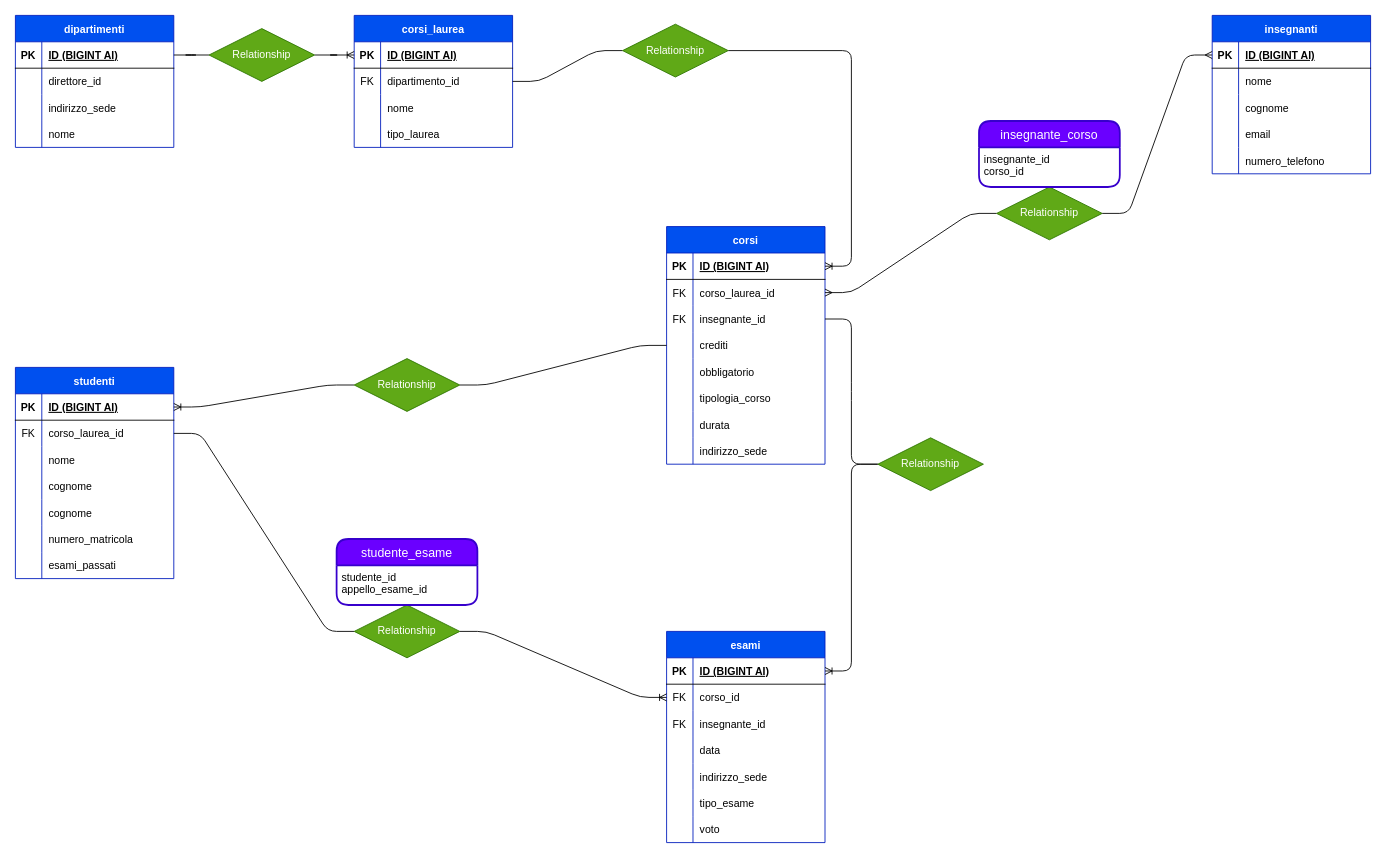
Giulia-Ciampelli/db-university keeps this draw.io diagram as schema.drawio. Above is the earlier version. Source tidied: cells renumbered, new cells numbered last; positions are measured from the earlier drawing's top-left corner, leaving out a move shared by most shapes. Both pictures are drawn from the tidied source at 88%, with x=0, y=0 at pixel (15, 15).
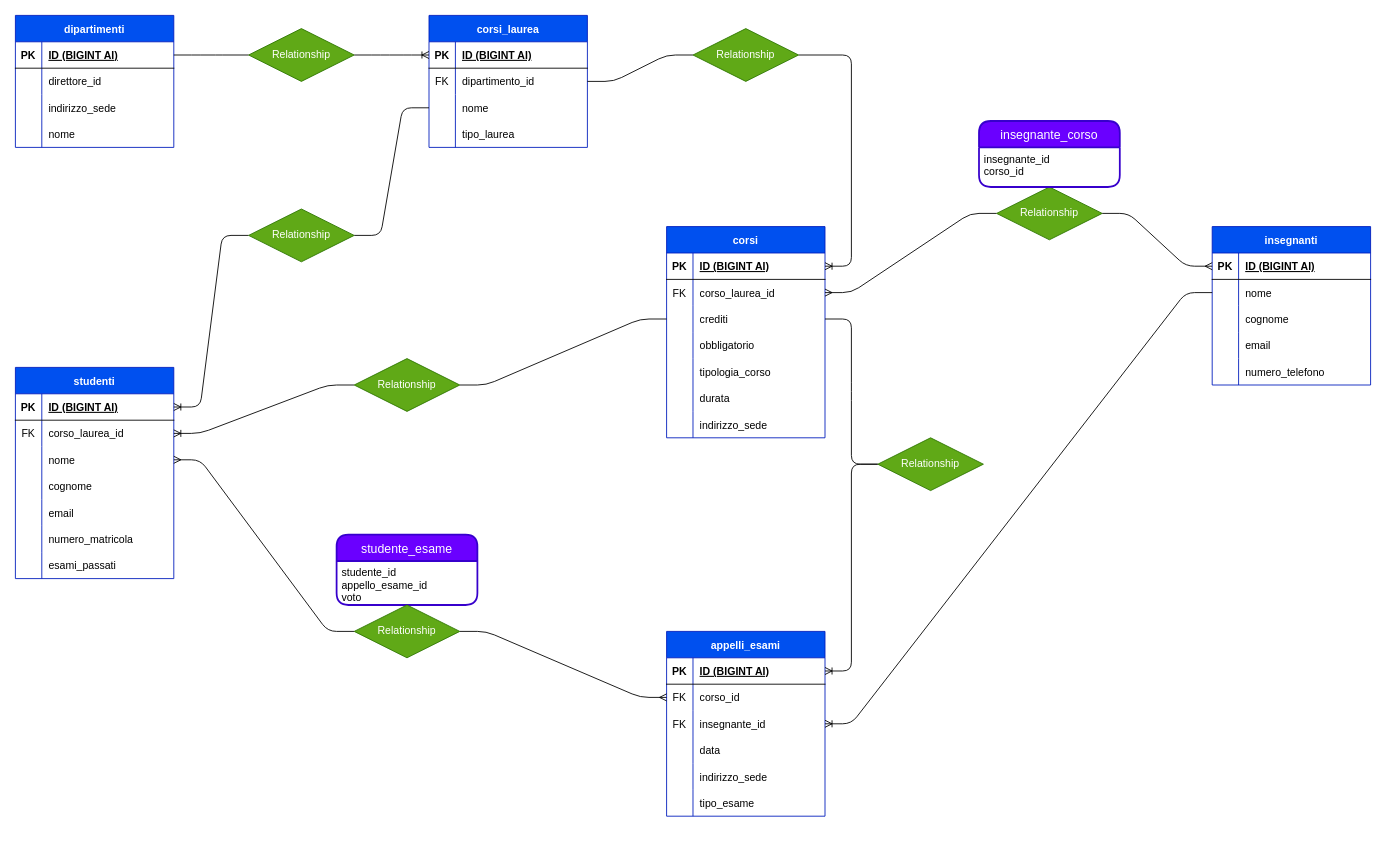
The same diagram, later.

Commit message (it also covers changes not shown here):
add correction diagram

Unchanged cells that the change refers to:
```xml
<mxCell id="22" style="shape=tableRow;horizontal=0;startSize=0;swimlaneHead=0;swimlaneBody=0;fillColor=none;points=[[0,0.5],[1,0.5]];portConstraint=eastwest;top=0;left=0;right=0;bottom=0;" parent="15" vertex="1">
  <mxGeometry y="90" width="180" height="30" as="geometry" />
</mxCell>
<mxCell id="57" style="shape=tableRow;horizontal=0;startSize=0;swimlaneHead=0;swimlaneBody=0;fillColor=none;points=[[0,0.5],[1,0.5]];portConstraint=eastwest;top=0;left=0;right=0;bottom=0;" parent="53" vertex="1">
  <mxGeometry y="60" width="180" height="30" as="geometry" />
</mxCell>
<mxCell id="73" style="shape=tableRow;horizontal=0;startSize=0;swimlaneHead=0;swimlaneBody=0;fillColor=none;points=[[0,0.5],[1,0.5]];portConstraint=eastwest;top=0;left=0;right=0;bottom=0;" parent="69" vertex="1">
  <mxGeometry y="60" width="180" height="30" as="geometry" />
</mxCell>
<mxCell id="76" style="shape=tableRow;horizontal=0;startSize=0;swimlaneHead=0;swimlaneBody=0;fillColor=none;points=[[0,0.5],[1,0.5]];portConstraint=eastwest;top=0;left=0;right=0;bottom=0;" parent="69" vertex="1">
  <mxGeometry y="90" width="180" height="30" as="geometry" />
</mxCell>
<mxCell id="92" style="shape=tableRow;horizontal=0;startSize=0;swimlaneHead=0;swimlaneBody=0;fillColor=none;points=[[0,0.5],[1,0.5]];portConstraint=eastwest;top=0;left=0;right=0;bottom=1;" parent="91" vertex="1">
  <mxGeometry y="30" width="180" height="30" as="geometry" />
</mxCell>
<mxCell id="95" style="shape=tableRow;horizontal=0;startSize=0;swimlaneHead=0;swimlaneBody=0;fillColor=none;points=[[0,0.5],[1,0.5]];portConstraint=eastwest;top=0;left=0;right=0;bottom=0;" parent="91" vertex="1">
  <mxGeometry y="60" width="180" height="30" as="geometry" />
</mxCell>
<mxCell id="98" style="shape=tableRow;horizontal=0;startSize=0;swimlaneHead=0;swimlaneBody=0;fillColor=none;points=[[0,0.5],[1,0.5]];portConstraint=eastwest;top=0;left=0;right=0;bottom=0;" parent="91" vertex="1">
  <mxGeometry y="90" width="180" height="30" as="geometry" />
</mxCell>
<mxCell id="104" style="shape=tableRow;horizontal=0;startSize=0;swimlaneHead=0;swimlaneBody=0;fillColor=none;top=0;left=0;right=0;bottom=0;" parent="91" vertex="1">
  <mxGeometry y="150" width="180" height="30" as="geometry" />
</mxCell>
<mxCell id="121" value="Relationship" style="shape=rhombus;perimeter=rhombusPerimeter;whiteSpace=wrap;html=1;align=center;fillColor=#60a917;fontColor=#ffffff;strokeColor=#2D7600;" parent="1" vertex="1">
  <mxGeometry x="385" y="390" width="120" height="60" as="geometry" />
</mxCell>
<mxCell id="127" value="Relationship" style="shape=rhombus;perimeter=rhombusPerimeter;whiteSpace=wrap;html=1;align=center;fillColor=#60a917;fontColor=#ffffff;strokeColor=#2D7600;" parent="1" vertex="1">
  <mxGeometry x="980" y="480" width="120" height="60" as="geometry" />
</mxCell>
```

Diff of the diagram source:
```diff
@@
     <mxCell id="15" value="corsi_laurea" style="shape=table;startSize=30;childLayout=tableLayout;rowLines=0;fontStyle=1;align=center;fillColor=#0050ef;fontColor=#ffffff;strokeColor=#001DBC;" parent="1" vertex="1">
-      <mxGeometry x="385" width="180" height="150" as="geometry" />
+      <mxGeometry x="470" width="180" height="150" as="geometry" />
     </mxCell>
@@
     <mxCell id="28" value="corsi" style="shape=table;startSize=30;childLayout=tableLayout;rowLines=0;fontStyle=1;align=center;fillColor=#0050ef;fontColor=#ffffff;strokeColor=#001DBC;" parent="1" vertex="1">
-      <mxGeometry x="740" y="240" width="180" height="270" as="geometry" />
+      <mxGeometry x="740" y="240" width="180" height="240" as="geometry" />
     </mxCell>
@@
-    <mxCell id="35" style="shape=tableRow;horizontal=0;startSize=0;swimlaneHead=0;swimlaneBody=0;fillColor=none;points=[[0,0.5],[1,0.5]];portConstraint=eastwest;top=0;left=0;right=0;bottom=0;" parent="28" vertex="1">
-      <mxGeometry y="90" width="180" height="30" as="geometry" />
-    </mxCell>
-    <mxCell id="36" value="FK" style="shape=partialRectangle;fillColor=none;top=0;left=0;bottom=0;right=0;overflow=hidden;" parent="35" vertex="1">
-      <mxGeometry width="30" height="30" as="geometry" />
-    </mxCell>
-    <mxCell id="37" value="insegnante_id" style="shape=partialRectangle;fillColor=none;top=0;left=0;bottom=0;right=0;align=left;spacingLeft=6;overflow=hidden;" parent="35" vertex="1">
-      <mxGeometry x="30" width="150" height="30" as="geometry" />
-    </mxCell>
     <mxCell id="38" style="shape=tableRow;horizontal=0;startSize=0;swimlaneHead=0;swimlaneBody=0;fillColor=none;points=[[0,0.5],[1,0.5]];portConstraint=eastwest;top=0;left=0;right=0;bottom=0;" parent="28" vertex="1">
-      <mxGeometry y="120" width="180" height="30" as="geometry" />
+      <mxGeometry y="90" width="180" height="30" as="geometry" />
     </mxCell>
@@
     <mxCell id="41" style="shape=tableRow;horizontal=0;startSize=0;swimlaneHead=0;swimlaneBody=0;fillColor=none;top=0;left=0;right=0;bottom=0;" parent="28" vertex="1">
-      <mxGeometry y="150" width="180" height="30" as="geometry" />
+      <mxGeometry y="120" width="180" height="30" as="geometry" />
     </mxCell>
@@
     <mxCell id="44" style="shape=tableRow;horizontal=0;startSize=0;swimlaneHead=0;swimlaneBody=0;fillColor=none;top=0;left=0;right=0;bottom=0;" parent="28" vertex="1">
-      <mxGeometry y="180" width="180" height="30" as="geometry" />
+      <mxGeometry y="150" width="180" height="30" as="geometry" />
     </mxCell>
@@
     <mxCell id="47" style="shape=tableRow;horizontal=0;startSize=0;swimlaneHead=0;swimlaneBody=0;fillColor=none;top=0;left=0;right=0;bottom=0;" parent="28" vertex="1">
-      <mxGeometry y="210" width="180" height="30" as="geometry" />
+      <mxGeometry y="180" width="180" height="30" as="geometry" />
     </mxCell>
@@
     <mxCell id="50" style="shape=tableRow;horizontal=0;startSize=0;swimlaneHead=0;swimlaneBody=0;fillColor=none;top=0;left=0;right=0;bottom=0;" parent="28" vertex="1">
-      <mxGeometry y="240" width="180" height="30" as="geometry" />
+      <mxGeometry y="210" width="180" height="30" as="geometry" />
     </mxCell>
@@
     <mxCell id="53" value="insegnanti" style="shape=table;startSize=30;childLayout=tableLayout;rowLines=0;fontStyle=1;align=center;fillColor=#0050ef;fontColor=#ffffff;strokeColor=#001DBC;" parent="1" vertex="1">
-      <mxGeometry x="1360" width="180" height="180" as="geometry" />
+      <mxGeometry x="1360" y="240" width="180" height="180" as="geometry" />
     </mxCell>
@@
-    <mxCell id="69" value="esami" style="shape=table;startSize=30;childLayout=tableLayout;rowLines=0;fontStyle=1;align=center;fillColor=#0050ef;fontColor=#ffffff;strokeColor=#001DBC;" parent="1" vertex="1">
-      <mxGeometry x="740" y="700" width="180" height="240" as="geometry" />
+    <mxCell id="69" value="appelli_esami" style="shape=table;startSize=30;childLayout=tableLayout;rowLines=0;fontStyle=1;align=center;fillColor=#0050ef;fontColor=#ffffff;strokeColor=#001DBC;" parent="1" vertex="1">
+      <mxGeometry x="740" y="700" width="180" height="210" as="geometry" />
     </mxCell>
@@
-    <mxCell id="88" style="shape=tableRow;horizontal=0;startSize=0;swimlaneHead=0;swimlaneBody=0;fillColor=none;top=0;left=0;right=0;bottom=0;" parent="69" vertex="1">
-      <mxGeometry y="210" width="180" height="30" as="geometry" />
-    </mxCell>
-    <mxCell id="89" style="shape=partialRectangle;fillColor=none;top=0;left=0;bottom=0;right=0;overflow=hidden;" parent="88" vertex="1">
-      <mxGeometry width="30" height="30" as="geometry" />
-    </mxCell>
-    <mxCell id="90" value="voto" style="shape=partialRectangle;fillColor=none;top=0;left=0;bottom=0;right=0;align=left;spacingLeft=6;overflow=hidden;" parent="88" vertex="1">
-      <mxGeometry x="30" width="150" height="30" as="geometry" />
-    </mxCell>
@@
-    <mxCell id="106" value="cognome" style="shape=partialRectangle;fillColor=none;top=0;left=0;bottom=0;right=0;align=left;spacingLeft=6;overflow=hidden;" parent="104" vertex="1">
+    <mxCell id="106" value="email" style="shape=partialRectangle;fillColor=none;top=0;left=0;bottom=0;right=0;align=left;spacingLeft=6;overflow=hidden;" parent="104" vertex="1">
       <mxGeometry x="30" width="150" height="30" as="geometry" />
     </mxCell>
@@
-    <mxCell id="116" style="edgeStyle=entityRelationEdgeStyle;fontSize=12;html=1;endArrow=ERoneToMany;entryX=1;entryY=0.5;entryDx=0;entryDy=0;startArrow=none;" parent="1" edge="1" source="121" target="92">
+    <mxCell id="116" style="edgeStyle=entityRelationEdgeStyle;fontSize=12;html=1;endArrow=ERoneToMany;entryX=1;entryY=0.5;entryDx=0;entryDy=0;startArrow=none;" parent="1" edge="1" source="121" target="95">
       <mxGeometry relative="1" as="geometry" />
     </mxCell>
-    <mxCell id="117" style="edgeStyle=entityRelationEdgeStyle;fontSize=12;html=1;endArrow=ERoneToMany;exitX=1;exitY=0.5;exitDx=0;exitDy=0;entryX=0;entryY=0.5;entryDx=0;entryDy=0;startArrow=none;" parent="1" edge="1" source="119" target="73">
-      <mxGeometry relative="1" as="geometry" />
-    </mxCell>
-    <mxCell id="118" style="edgeStyle=entityRelationEdgeStyle;fontSize=12;html=1;endArrow=none;exitX=1;exitY=0.5;exitDx=0;exitDy=0;entryX=0;entryY=0.5;entryDx=0;entryDy=0;" parent="1" edge="1" source="95" target="119">
-      <mxGeometry relative="1" as="geometry" />
-    </mxCell>
-    <mxCell id="119" value="Relationship" style="shape=rhombus;perimeter=rhombusPerimeter;whiteSpace=wrap;html=1;align=center;fillColor=#60a917;fontColor=#ffffff;strokeColor=#2D7600;" parent="1" vertex="1">
-      <mxGeometry x="385" y="670" width="120" height="60" as="geometry" />
-    </mxCell>
@@
     <mxCell id="123" value="Relationship" style="shape=rhombus;perimeter=rhombusPerimeter;whiteSpace=wrap;html=1;align=center;fillColor=#60a917;fontColor=#ffffff;strokeColor=#2D7600;" parent="1" vertex="1">
-      <mxGeometry x="220" y="15" width="120" height="60" as="geometry" />
+      <mxGeometry x="265" y="15" width="120" height="60" as="geometry" />
     </mxCell>
@@
     <mxCell id="125" value="Relationship" style="shape=rhombus;perimeter=rhombusPerimeter;whiteSpace=wrap;html=1;align=center;fillColor=#60a917;fontColor=#ffffff;strokeColor=#2D7600;" parent="1" vertex="1">
-      <mxGeometry x="690" y="10" width="120" height="60" as="geometry" />
+      <mxGeometry x="770" y="15" width="120" height="60" as="geometry" />
     </mxCell>
-    <mxCell id="126" style="edgeStyle=entityRelationEdgeStyle;fontSize=12;html=1;endArrow=none;" parent="1" edge="1" source="35" target="127">
-      <mxGeometry relative="1" as="geometry" />
+    <mxCell id="126" style="edgeStyle=entityRelationEdgeStyle;fontSize=12;html=1;endArrow=none;" parent="1" edge="1" target="127">
+      <mxGeometry relative="1" as="geometry">
+        <mxPoint x="920" y="345" as="sourcePoint" />
+      </mxGeometry>
     </mxCell>
@@
+    <mxCell id="134" style="edgeStyle=entityRelationEdgeStyle;fontSize=12;html=1;endArrow=ERoneToMany;entryX=1;entryY=0.5;entryDx=0;entryDy=0;exitX=0;exitY=0.5;exitDx=0;exitDy=0;" parent="1" edge="1" source="57" target="76">
+      <mxGeometry relative="1" as="geometry" />
+    </mxCell>
     <mxCell id="133" value="studente_esame" style="swimlane;horizontal=1;startSize=30;rounded=1;fontSize=14;fontStyle=0;strokeWidth=2;shadow=0;dashed=0;align=center;fillColor=#6a00ff;fontColor=#ffffff;strokeColor=#3700CC;" parent="1" vertex="1">
-      <mxGeometry x="365" y="595" width="160" height="75" as="geometry" />
+      <mxGeometry x="365" y="590" width="160" height="80" as="geometry" />
     </mxCell>
-    <mxCell id="134" value="studente_id&#10;appello_esame_id" style="align=left;strokeColor=none;fillColor=none;spacingLeft=4;fontSize=12;verticalAlign=top;" parent="133" vertex="1">
-      <mxGeometry y="30" width="160" height="45" as="geometry" />
-    </mxCell>
+    <mxCell id="135" value="studente_id&#10;appello_esame_id&#10;voto" style="align=left;strokeColor=none;fillColor=none;spacingLeft=4;fontSize=12;verticalAlign=top;" parent="133" vertex="1">
+      <mxGeometry y="30" width="160" height="50" as="geometry" />
+    </mxCell>
+    <mxCell id="117" style="edgeStyle=entityRelationEdgeStyle;fontSize=12;html=1;endArrow=ERmany;startArrow=none;entryX=0;entryY=0.5;entryDx=0;entryDy=0;" parent="1" edge="1" source="119" target="73">
+      <mxGeometry relative="1" as="geometry" />
+    </mxCell>
+    <mxCell id="136" style="edgeStyle=entityRelationEdgeStyle;fontSize=12;html=1;endArrow=none;startArrow=ERmany;entryX=0;entryY=0.5;entryDx=0;entryDy=0;exitX=1;exitY=0.5;exitDx=0;exitDy=0;" parent="1" edge="1" source="98" target="119">
+      <mxGeometry relative="1" as="geometry" />
+    </mxCell>
+    <mxCell id="119" value="Relationship" style="shape=rhombus;perimeter=rhombusPerimeter;whiteSpace=wrap;html=1;align=center;fillColor=#60a917;fontColor=#ffffff;strokeColor=#2D7600;" parent="1" vertex="1">
+      <mxGeometry x="385" y="670" width="120" height="60" as="geometry" />
+    </mxCell>
+    <mxCell id="137" style="edgeStyle=entityRelationEdgeStyle;fontSize=12;html=1;endArrow=ERoneToMany;exitX=0;exitY=0.5;exitDx=0;exitDy=0;entryX=1;entryY=0.5;entryDx=0;entryDy=0;startArrow=none;" parent="1" edge="1" source="139" target="92">
+      <mxGeometry relative="1" as="geometry" />
+    </mxCell>
+    <mxCell id="138" style="edgeStyle=entityRelationEdgeStyle;fontSize=12;html=1;endArrow=none;exitX=0;exitY=0.5;exitDx=0;exitDy=0;entryX=1;entryY=0.5;entryDx=0;entryDy=0;" parent="1" edge="1" source="22" target="139">
+      <mxGeometry relative="1" as="geometry" />
+    </mxCell>
+    <mxCell id="139" value="Relationship" style="shape=rhombus;perimeter=rhombusPerimeter;whiteSpace=wrap;html=1;align=center;fillColor=#60a917;fontColor=#ffffff;strokeColor=#2D7600;" parent="1" vertex="1">
+      <mxGeometry x="265" y="220" width="120" height="60" as="geometry" />
+    </mxCell>
```
